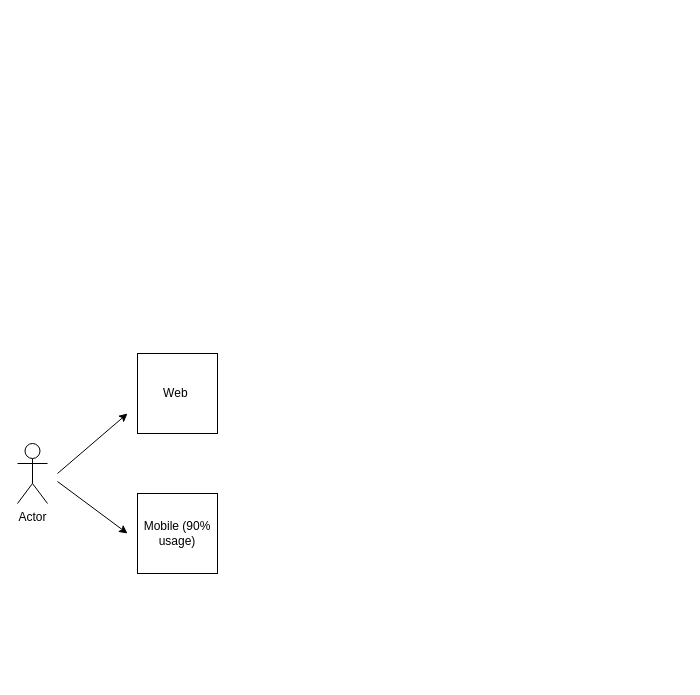
Earlier version of the draw.io diagram weather-forecast.drawio (kasibkismath/systems-design). Source tidied: cells renumbered, new cells numbered last; positions are measured from the earlier drawing's top-left corner, leaving out a move shared by most shapes. Both pictures are drawn from the tidied source at 100%, with x=0, y=0 at pixel (17, 353).
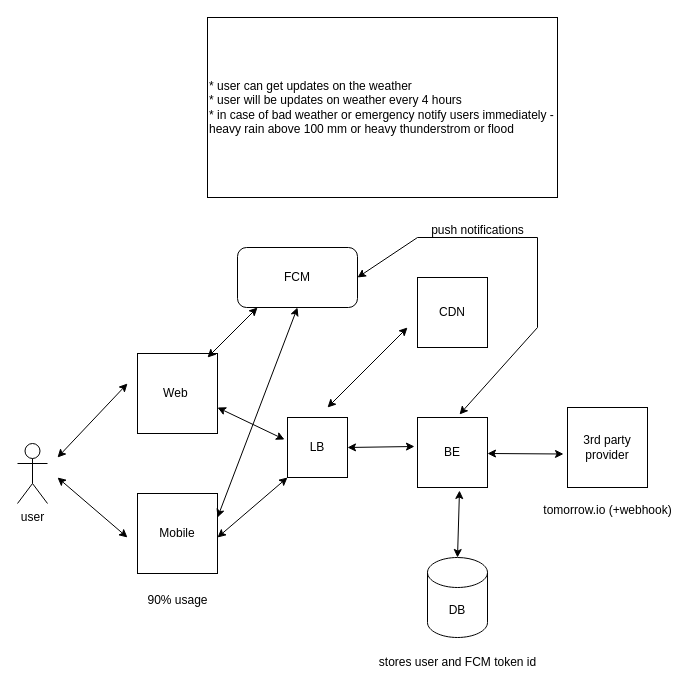
The same page after the edit.

The edit, as a diff of the source:
```diff
@@
-    <mxCell id="2" value="Actor" style="shape=umlActor;verticalLabelPosition=bottom;verticalAlign=top;html=1;" parent="1" vertex="1">
+    <mxCell id="2" value="user" style="shape=umlActor;verticalLabelPosition=bottom;verticalAlign=top;html=1;" parent="1" vertex="1">
       <mxGeometry y="90" width="30" height="60" as="geometry" />
     </mxCell>
@@
-    <mxCell id="4" value="Mobile (90% usage)" style="whiteSpace=wrap;html=1;" parent="1" vertex="1">
+    <mxCell id="4" value="Mobile" style="whiteSpace=wrap;html=1;" parent="1" vertex="1">
       <mxGeometry x="120" y="140" width="80" height="80" as="geometry" />
     </mxCell>
-    <mxCell id="5" style="endArrow=classic;html=1;rounded=0;" parent="1" edge="1">
-      <mxGeometry relative="1" as="geometry">
-        <mxPoint x="40" y="120" as="sourcePoint" />
-        <mxPoint x="110" y="60" as="targetPoint" />
-      </mxGeometry>
-    </mxCell>
-    <mxCell id="6" style="endArrow=classic;html=1;rounded=0;" parent="1" edge="1">
-      <mxGeometry relative="1" as="geometry">
-        <mxPoint x="40" y="128" as="sourcePoint" />
-        <mxPoint x="110" y="180" as="targetPoint" />
-      </mxGeometry>
-    </mxCell>
+    <mxCell id="7" value="* user can get updates on the weather&lt;br&gt;* user will be updates on weather every 4 hours&lt;br&gt;* in case of bad weather or emergency notify users immediately - heavy rain above 100 mm or heavy thunderstrom or flood" style="rounded=0;whiteSpace=wrap;html=1;align=left;" parent="1" vertex="1">
+      <mxGeometry x="190" y="-336" width="350" height="180" as="geometry" />
+    </mxCell>
+    <mxCell id="8" value="LB" style="whiteSpace=wrap;html=1;" parent="1" vertex="1">
+      <mxGeometry x="270" y="64" width="60" height="60" as="geometry" />
+    </mxCell>
+    <mxCell id="9" value="BE" style="whiteSpace=wrap;html=1;" parent="1" vertex="1">
+      <mxGeometry x="400" y="64" width="70" height="70" as="geometry" />
+    </mxCell>
+    <mxCell id="10" value="3rd party provider" style="whiteSpace=wrap;html=1;" parent="1" vertex="1">
+      <mxGeometry x="550" y="54" width="80" height="80" as="geometry" />
+    </mxCell>
+    <mxCell id="11" value="CDN" style="whiteSpace=wrap;html=1;" parent="1" vertex="1">
+      <mxGeometry x="400" y="-76" width="70" height="70" as="geometry" />
+    </mxCell>
+    <mxCell id="12" style="endArrow=classic;startArrow=classic;html=1;rounded=0;entryX=-0.043;entryY=0.414;entryDx=0;entryDy=0;entryPerimeter=0;exitX=1;exitY=0.5;exitDx=0;exitDy=0;" parent="1" edge="1" source="8" target="9">
+      <mxGeometry relative="1" as="geometry" />
+    </mxCell>
+    <mxCell id="13" style="endArrow=classic;startArrow=classic;html=1;rounded=0;" parent="1" edge="1">
+      <mxGeometry relative="1" as="geometry">
+        <mxPoint x="470" y="100" as="sourcePoint" />
+        <mxPoint x="546" y="100.5" as="targetPoint" />
+      </mxGeometry>
+    </mxCell>
+    <mxCell id="14" style="endArrow=classic;startArrow=classic;html=1;rounded=0;" parent="1" edge="1">
+      <mxGeometry relative="1" as="geometry">
+        <mxPoint x="310" y="54" as="sourcePoint" />
+        <mxPoint x="390" y="-26" as="targetPoint" />
+      </mxGeometry>
+    </mxCell>
+    <mxCell id="15" value="DB" style="shape=cylinder3;whiteSpace=wrap;html=1;boundedLbl=1;backgroundOutline=1;size=15;" parent="1" vertex="1">
+      <mxGeometry x="410" y="204" width="60" height="80" as="geometry" />
+    </mxCell>
+    <mxCell id="16" style="endArrow=classic;startArrow=classic;html=1;rounded=0;entryX=0.6;entryY=1.043;entryDx=0;entryDy=0;exitX=0.5;exitY=0;exitDx=0;exitDy=0;exitPerimeter=0;entryPerimeter=0;" parent="1" edge="1" source="15" target="9">
+      <mxGeometry relative="1" as="geometry" />
+    </mxCell>
+    <mxCell id="17" style="endArrow=classic;startArrow=classic;html=1;rounded=0;entryX=-0.05;entryY=0.367;entryDx=0;entryDy=0;entryPerimeter=0;" parent="1" edge="1" target="8">
+      <mxGeometry relative="1" as="geometry">
+        <mxPoint x="200" y="54" as="sourcePoint" />
+      </mxGeometry>
+    </mxCell>
+    <mxCell id="18" style="endArrow=classic;startArrow=classic;html=1;rounded=0;entryX=0;entryY=1;entryDx=0;entryDy=0;" parent="1" edge="1" target="8">
+      <mxGeometry relative="1" as="geometry">
+        <mxPoint x="200" y="184" as="sourcePoint" />
+      </mxGeometry>
+    </mxCell>
+    <mxCell id="19" style="endArrow=classic;startArrow=classic;html=1;rounded=0;entryX=0;entryY=1;entryDx=0;entryDy=0;" parent="1" edge="1">
+      <mxGeometry relative="1" as="geometry">
+        <mxPoint x="40" y="104" as="sourcePoint" />
+        <mxPoint x="110" y="30" as="targetPoint" />
+      </mxGeometry>
+    </mxCell>
+    <mxCell id="20" style="endArrow=classic;startArrow=classic;html=1;rounded=0;" parent="1" edge="1">
+      <mxGeometry relative="1" as="geometry">
+        <mxPoint x="40" y="124" as="sourcePoint" />
+        <mxPoint x="110" y="184" as="targetPoint" />
+      </mxGeometry>
+    </mxCell>
+    <mxCell id="21" value="stores user and FCM token id" style="text;html=1;align=center;verticalAlign=middle;strokeColor=none;fillColor=none;" parent="1" vertex="1">
+      <mxGeometry x="350" y="294" width="180" height="30" as="geometry" />
+    </mxCell>
+    <mxCell id="22" value="FCM" style="rounded=1;whiteSpace=wrap;html=1;" parent="1" vertex="1">
+      <mxGeometry x="220" y="-106" width="120" height="60" as="geometry" />
+    </mxCell>
+    <mxCell id="23" style="endArrow=classic;startArrow=classic;html=1;rounded=0;" parent="1" edge="1">
+      <mxGeometry relative="1" as="geometry">
+        <mxPoint x="190" y="4" as="sourcePoint" />
+        <mxPoint x="240" y="-46" as="targetPoint" />
+      </mxGeometry>
+    </mxCell>
+    <mxCell id="24" style="endArrow=classic;startArrow=classic;html=1;rounded=0;entryX=0.5;entryY=1;entryDx=0;entryDy=0;" parent="1" edge="1" target="22">
+      <mxGeometry relative="1" as="geometry">
+        <mxPoint x="200" y="164" as="sourcePoint" />
+      </mxGeometry>
+    </mxCell>
+    <mxCell id="25" style="endArrow=classic;startArrow=classic;html=1;rounded=0;exitX=1;exitY=0.5;exitDx=0;exitDy=0;entryX=0.6;entryY=-0.043;entryDx=0;entryDy=0;entryPerimeter=0;" parent="1" edge="1" source="22" target="9">
+      <mxGeometry relative="1" as="geometry">
+        <Array as="points">
+          <mxPoint x="400" y="-116" />
+          <mxPoint x="520" y="-116" />
+          <mxPoint x="520" y="-26" />
+        </Array>
+      </mxGeometry>
+    </mxCell>
+    <mxCell id="26" value="push notifications" style="text;html=1;align=center;verticalAlign=middle;strokeColor=none;fillColor=none;" parent="1" vertex="1">
+      <mxGeometry x="400" y="-138" width="120" height="30" as="geometry" />
+    </mxCell>
+    <mxCell id="27" value="90% usage" style="text;html=1;align=center;verticalAlign=middle;strokeColor=none;fillColor=none;" parent="1" vertex="1">
+      <mxGeometry x="120" y="232" width="80" height="30" as="geometry" />
+    </mxCell>
+    <mxCell id="28" value="tomorrow.io (+webhook)" style="text;html=1;align=center;verticalAlign=middle;strokeColor=none;fillColor=none;" parent="1" vertex="1">
+      <mxGeometry x="515" y="142" width="150" height="30" as="geometry" />
+    </mxCell>
```
